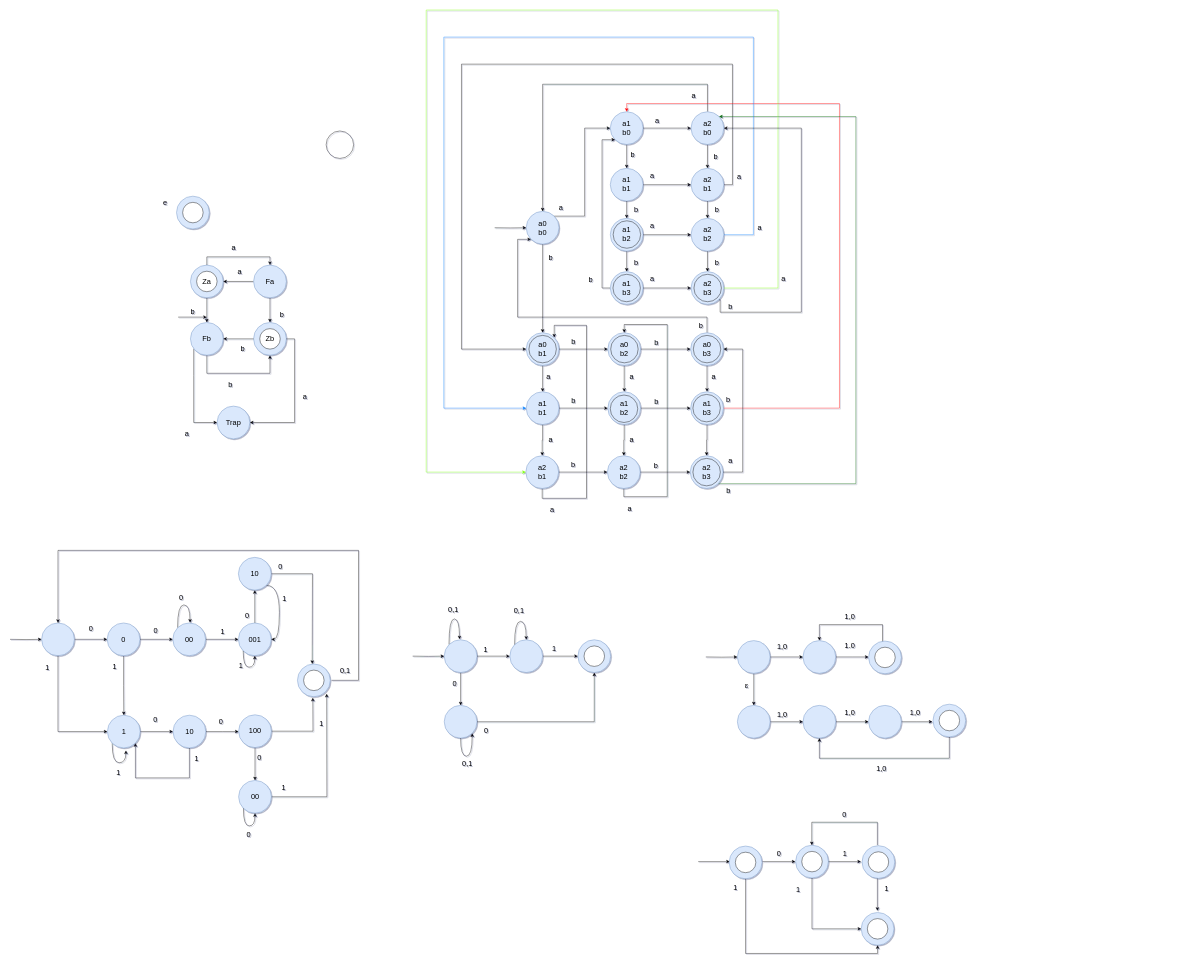
Above: HW2/HW2-P.drawio in mohsenkamini/SBU_FLA (draw.io), before the change. Source tidied: cells renumbered, new cells numbered last; positions are measured from the earlier drawing's top-left corner, leaving out a move shared by most shapes. Both pictures are drawn from the tidied source at 41%, with x=0, y=0 at pixel (10, 10).
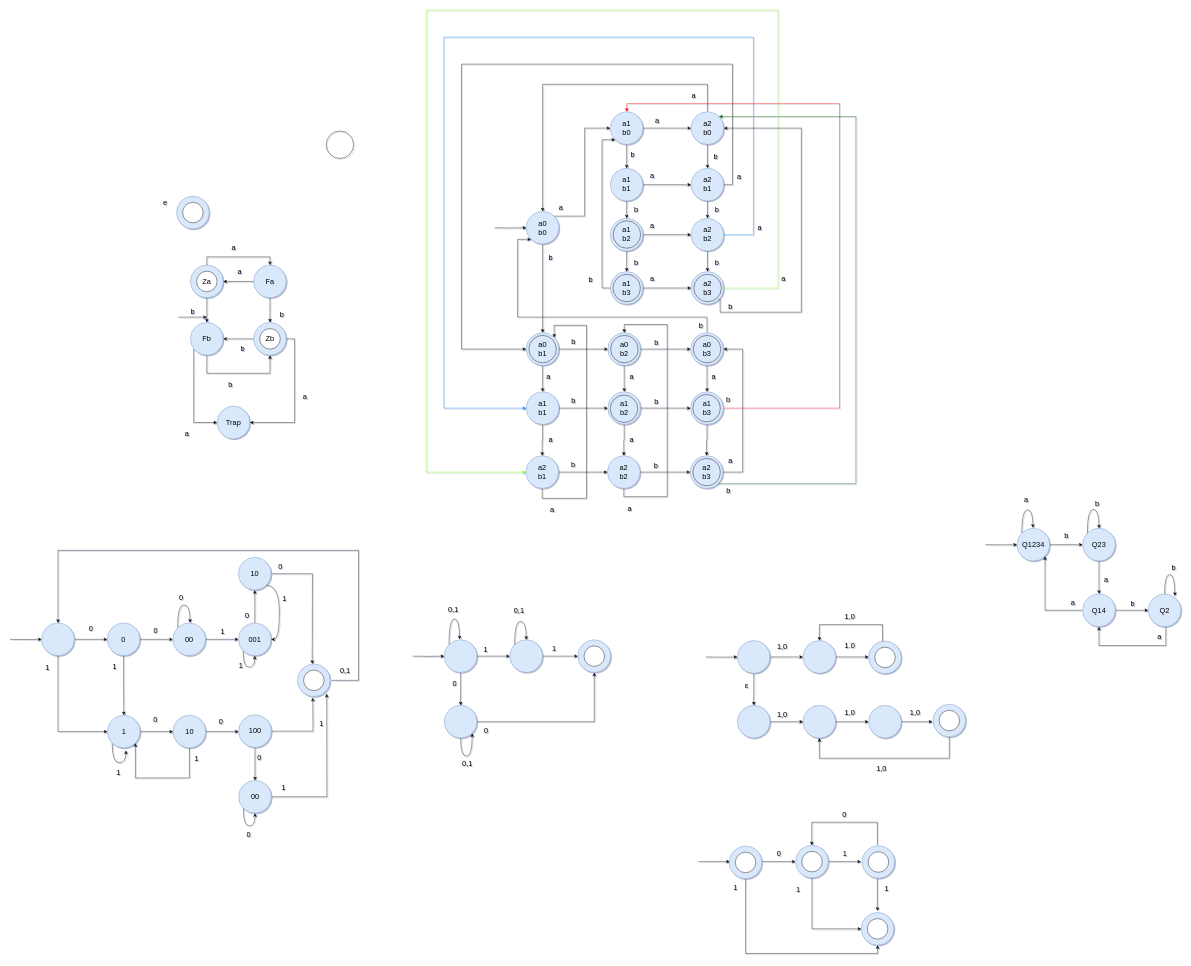
After the change.

The edit, as a diff of the source:
```diff
@@
+    <mxCell id="257" style="edgeStyle=orthogonalEdgeStyle;rounded=0;jettySize=auto;html=1;" parent="1" edge="1" source="259" target="262">
+      <mxGeometry relative="1" as="geometry" />
+    </mxCell>
+    <mxCell id="258" style="edgeStyle=orthogonalEdgeStyle;rounded=0;jettySize=auto;html=1;exitX=0;exitY=0;exitDx=0;exitDy=0;fontFamily=Helvetica;fontSize=18;fontColor=default;curved=1;" parent="1" edge="1" source="259">
+      <mxGeometry relative="1" as="geometry">
+        <mxPoint x="2494.8" y="1262.8" as="targetPoint" />
+        <Array as="points">
+          <mxPoint x="2468" y="1219" />
+          <mxPoint x="2495" y="1219" />
+        </Array>
+      </mxGeometry>
+    </mxCell>
+    <mxCell id="259" value="Q1234" style="ellipse;whiteSpace=wrap;html=1;hachureGap=4;fillColor=#dae8fc;strokeColor=#6c8ebf;rounded=0;fontSize=18;" parent="1" vertex="1">
+      <mxGeometry x="2456" y="1264" width="80" height="80" as="geometry" />
+    </mxCell>
+    <mxCell id="260" style="edgeStyle=orthogonalEdgeStyle;rounded=0;jettySize=auto;html=1;fontSize=18;entryX=0;entryY=0.5;entryDx=0;entryDy=0;" parent="1" edge="1" target="259">
+      <mxGeometry relative="1" as="geometry">
+        <mxPoint x="2379" y="1304" as="sourcePoint" />
+      </mxGeometry>
+    </mxCell>
+    <mxCell id="261" style="edgeStyle=orthogonalEdgeStyle;rounded=0;jettySize=auto;html=1;fontFamily=Helvetica;fontSize=18;fontColor=default;" parent="1" edge="1" source="262" target="267">
+      <mxGeometry relative="1" as="geometry" />
+    </mxCell>
+    <mxCell id="262" value="Q23" style="ellipse;whiteSpace=wrap;html=1;fontSize=18;fillColor=#dae8fc;strokeColor=#6c8ebf;hachureGap=4;rounded=0;" parent="1" vertex="1">
+      <mxGeometry x="2616" y="1264" width="80" height="80" as="geometry" />
+    </mxCell>
+    <mxCell id="263" value="a" style="text;html=1;align=center;verticalAlign=middle;strokeColor=none;fillColor=none;fontFamily=Helvetica;fontSize=18;fontColor=default;" parent="1" vertex="1">
+      <mxGeometry x="2464" y="1178" width="28" height="34" as="geometry" />
+    </mxCell>
+    <mxCell id="264" value="b" style="text;html=1;align=center;verticalAlign=middle;strokeColor=none;fillColor=none;fontFamily=Helvetica;fontSize=18;fontColor=default;" parent="1" vertex="1">
+      <mxGeometry x="2562" y="1264" width="28" height="34" as="geometry" />
+    </mxCell>
+    <mxCell id="265" style="edgeStyle=orthogonalEdgeStyle;rounded=0;jettySize=auto;html=1;entryX=1;entryY=1;entryDx=0;entryDy=0;fontFamily=Helvetica;fontSize=18;fontColor=default;" parent="1" edge="1" source="267" target="259">
+      <mxGeometry relative="1" as="geometry" />
+    </mxCell>
+    <mxCell id="266" style="edgeStyle=orthogonalEdgeStyle;rounded=0;jettySize=auto;html=1;fontFamily=Helvetica;fontSize=18;fontColor=default;" parent="1" edge="1" source="267" target="273">
+      <mxGeometry relative="1" as="geometry" />
+    </mxCell>
+    <mxCell id="267" value="Q14" style="ellipse;whiteSpace=wrap;html=1;fontSize=18;fillColor=#dae8fc;strokeColor=#6c8ebf;hachureGap=4;rounded=0;" parent="1" vertex="1">
+      <mxGeometry x="2616" y="1424" width="80" height="80" as="geometry" />
+    </mxCell>
+    <mxCell id="268" value="a" style="text;html=1;align=center;verticalAlign=middle;strokeColor=none;fillColor=none;fontFamily=Helvetica;fontSize=18;fontColor=default;" parent="1" vertex="1">
+      <mxGeometry x="2659" y="1373" width="28" height="34" as="geometry" />
+    </mxCell>
+    <mxCell id="269" style="edgeStyle=orthogonalEdgeStyle;rounded=0;orthogonalLoop=1;jettySize=auto;html=1;exitX=0;exitY=0;exitDx=0;exitDy=0;entryX=0.5;entryY=0;entryDx=0;entryDy=0;fontFamily=Helvetica;fontSize=18;fontColor=default;curved=1;" parent="1" edge="1" source="262" target="262">
+      <mxGeometry relative="1" as="geometry">
+        <Array as="points">
+          <mxPoint x="2628" y="1218" />
+          <mxPoint x="2656" y="1218" />
+        </Array>
+      </mxGeometry>
+    </mxCell>
+    <mxCell id="270" value="b" style="text;html=1;align=center;verticalAlign=middle;strokeColor=none;fillColor=none;fontFamily=Helvetica;fontSize=18;fontColor=default;" parent="1" vertex="1">
+      <mxGeometry x="2637" y="1187" width="28" height="34" as="geometry" />
+    </mxCell>
+    <mxCell id="271" value="a" style="text;html=1;align=center;verticalAlign=middle;strokeColor=none;fillColor=none;fontFamily=Helvetica;fontSize=18;fontColor=default;" parent="1" vertex="1">
+      <mxGeometry x="2578" y="1427.9" width="28" height="34" as="geometry" />
+    </mxCell>
+    <mxCell id="272" style="edgeStyle=orthogonalEdgeStyle;rounded=0;jettySize=auto;html=1;entryX=0.5;entryY=1;entryDx=0;entryDy=0;fontFamily=Helvetica;fontSize=18;fontColor=default;" parent="1" edge="1" source="273" target="267">
+      <mxGeometry relative="1" as="geometry">
+        <Array as="points">
+          <mxPoint x="2819" y="1550" />
+          <mxPoint x="2656" y="1550" />
+        </Array>
+      </mxGeometry>
+    </mxCell>
+    <mxCell id="273" value="Q2" style="ellipse;whiteSpace=wrap;html=1;fontSize=18;fillColor=#dae8fc;strokeColor=#6c8ebf;hachureGap=4;rounded=0;" parent="1" vertex="1">
+      <mxGeometry x="2776" y="1424" width="80" height="80" as="geometry" />
+    </mxCell>
+    <mxCell id="274" value="b" style="text;html=1;align=center;verticalAlign=middle;strokeColor=none;fillColor=none;fontFamily=Helvetica;fontSize=18;fontColor=default;" parent="1" vertex="1">
+      <mxGeometry x="2724" y="1432" width="28" height="34" as="geometry" />
+    </mxCell>
+    <mxCell id="275" value="a" style="text;html=1;align=center;verticalAlign=middle;strokeColor=none;fillColor=none;fontFamily=Helvetica;fontSize=18;fontColor=default;" parent="1" vertex="1">
+      <mxGeometry x="2789" y="1512" width="28" height="34" as="geometry" />
+    </mxCell>
+    <mxCell id="276" style="edgeStyle=orthogonalEdgeStyle;rounded=0;orthogonalLoop=1;jettySize=auto;html=1;exitX=0.5;exitY=0;exitDx=0;exitDy=0;entryX=0.813;entryY=0.063;entryDx=0;entryDy=0;entryPerimeter=0;fontFamily=Helvetica;fontSize=18;fontColor=default;curved=1;" parent="1" edge="1" source="273" target="273">
+      <mxGeometry relative="1" as="geometry">
+        <Array as="points">
+          <mxPoint x="2816" y="1377" />
+          <mxPoint x="2841" y="1377" />
+        </Array>
+      </mxGeometry>
+    </mxCell>
+    <mxCell id="277" value="b" style="text;html=1;align=center;verticalAlign=middle;strokeColor=none;fillColor=none;fontFamily=Helvetica;fontSize=18;fontColor=default;" parent="1" vertex="1">
+      <mxGeometry x="2824" y="1343" width="28" height="34" as="geometry" />
+    </mxCell>
```
